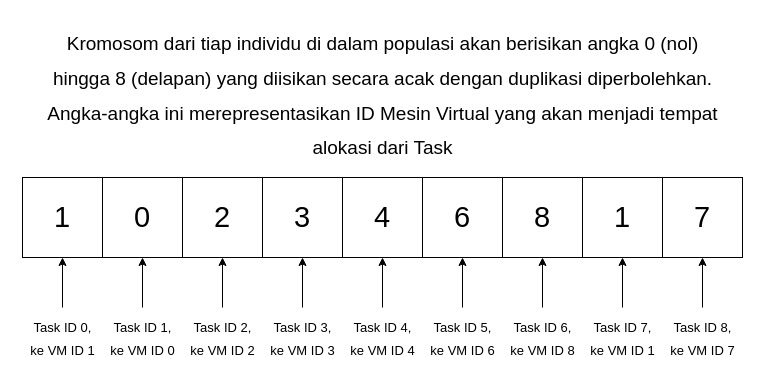
Above: Image/Gen.drawio in BryanYehuda/Cloud-Provisioning-GA-ANN (draw.io), before the change. Source tidied: cells renumbered, new cells numbered last; positions are measured from the earlier drawing's top-left corner, leaving out a move shared by most shapes. Both pictures are drawn from the tidied source at 100%, with x=0, y=0 at pixel (17, 17).
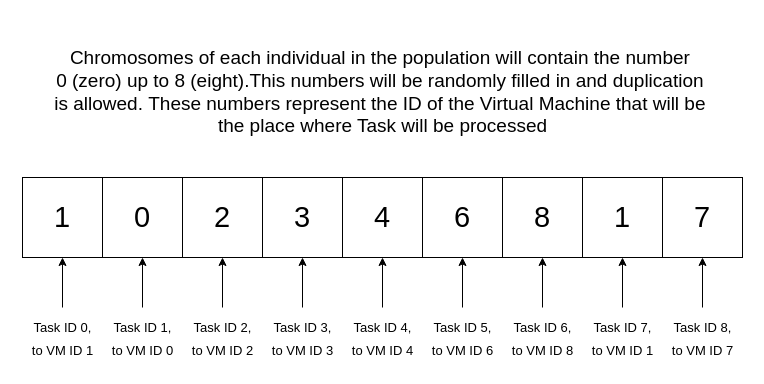
The same page after the edit.

Change to the diagram source:
```diff
@@
-    <mxCell id="11" value="&lt;font style=&quot;font-size: 19px;&quot;&gt;Kromosom dari tiap individu di dalam populasi akan berisikan angka 0 (nol) &lt;br&gt;hingga 8 (delapan) yang diisikan secara acak dengan duplikasi diperbolehkan.&lt;br&gt;Angka-angka ini merepresentasikan ID Mesin Virtual yang akan menjadi tempat&lt;br style=&quot;border-color: var(--border-color);&quot;&gt;alokasi dari Task&lt;br&gt;&lt;/font&gt;" style="text;html=1;align=center;verticalAlign=middle;strokeColor=none;fillColor=none;fontSize=29;" parent="1" vertex="1">
-      <mxGeometry x="20" width="690" height="150" as="geometry" />
+    <mxCell id="11" value="&lt;font style=&quot;font-size: 19px;&quot;&gt;&lt;div style=&quot;&quot;&gt;Chromosomes of each individual in the population will contain the number&amp;nbsp;&lt;/div&gt;&lt;div style=&quot;&quot;&gt;0 (zero) up to 8 (eight).&lt;span style=&quot;background-color: initial;&quot;&gt;This numbers will be randomly filled in and duplication&amp;nbsp;&lt;/span&gt;&lt;/div&gt;&lt;div style=&quot;&quot;&gt;&lt;span style=&quot;background-color: initial;&quot;&gt;is allowed.&amp;nbsp;&lt;/span&gt;&lt;span style=&quot;background-color: initial;&quot;&gt;These numbers represent the ID of the Virtual Machine that will be&amp;nbsp;&lt;/span&gt;&lt;/div&gt;&lt;div style=&quot;&quot;&gt;the place where Task will be processed&lt;/div&gt;&lt;/font&gt;" style="text;html=1;align=center;verticalAlign=middle;strokeColor=none;fillColor=none;fontSize=29;" parent="1" vertex="1">
+      <mxGeometry x="25" y="25" width="680" height="100" as="geometry" />
     </mxCell>
@@
-    <mxCell id="13" value="&lt;font style=&quot;font-size: 13px;&quot;&gt;Task ID 0,&lt;br&gt;ke VM ID 1&lt;/font&gt;" style="text;html=1;align=center;verticalAlign=middle;points=[];strokeColor=none;fillColor=none;fontSize=19;" parent="1" vertex="1">
-      <mxGeometry y="290" width="90" height="60" as="geometry" />
+    <mxCell id="13" value="&lt;font style=&quot;font-size: 13px;&quot;&gt;Task ID 0,&lt;br&gt;to VM ID 1&lt;/font&gt;" style="text;html=1;align=center;verticalAlign=middle;points=[];strokeColor=none;fillColor=none;fontSize=19;" parent="1" vertex="1">
+      <mxGeometry x="5" y="290" width="80" height="60" as="geometry" />
     </mxCell>
@@
-    <mxCell id="15" value="&lt;font style=&quot;font-size: 13px;&quot;&gt;Task ID 1,&lt;br&gt;ke VM ID 0&lt;/font&gt;" style="text;html=1;align=center;verticalAlign=middle;points=[];strokeColor=none;fillColor=none;fontSize=19;" parent="1" vertex="1">
-      <mxGeometry x="80" y="290" width="90" height="60" as="geometry" />
+    <mxCell id="15" value="&lt;font style=&quot;font-size: 13px;&quot;&gt;Task ID 1,&lt;br&gt;to&amp;nbsp;VM ID 0&lt;/font&gt;" style="text;html=1;align=center;verticalAlign=middle;points=[];strokeColor=none;fillColor=none;fontSize=19;" parent="1" vertex="1">
+      <mxGeometry x="85" y="290" width="80" height="60" as="geometry" />
     </mxCell>
@@
-    <mxCell id="17" value="&lt;font style=&quot;font-size: 13px;&quot;&gt;Task ID 2,&lt;br&gt;ke VM ID 2&lt;/font&gt;" style="text;html=1;align=center;verticalAlign=middle;points=[];strokeColor=none;fillColor=none;fontSize=19;" parent="1" vertex="1">
-      <mxGeometry x="160" y="290" width="90" height="60" as="geometry" />
+    <mxCell id="17" value="&lt;font style=&quot;font-size: 13px;&quot;&gt;Task ID 2,&lt;br&gt;to&amp;nbsp;VM ID 2&lt;/font&gt;" style="text;html=1;align=center;verticalAlign=middle;points=[];strokeColor=none;fillColor=none;fontSize=19;" parent="1" vertex="1">
+      <mxGeometry x="165" y="290" width="80" height="60" as="geometry" />
     </mxCell>
@@
-    <mxCell id="19" value="&lt;font style=&quot;font-size: 13px;&quot;&gt;Task ID 3,&lt;br&gt;ke VM ID 3&lt;/font&gt;" style="text;html=1;align=center;verticalAlign=middle;points=[];strokeColor=none;fillColor=none;fontSize=19;" parent="1" vertex="1">
-      <mxGeometry x="240" y="290" width="90" height="60" as="geometry" />
+    <mxCell id="19" value="&lt;font style=&quot;font-size: 13px;&quot;&gt;Task ID 3,&lt;br&gt;to&amp;nbsp;VM ID 3&lt;/font&gt;" style="text;html=1;align=center;verticalAlign=middle;points=[];strokeColor=none;fillColor=none;fontSize=19;" parent="1" vertex="1">
+      <mxGeometry x="245" y="290" width="80" height="60" as="geometry" />
     </mxCell>
@@
-    <mxCell id="21" value="&lt;font style=&quot;font-size: 13px;&quot;&gt;Task ID 4,&lt;br&gt;ke VM ID 4&lt;/font&gt;" style="text;html=1;align=center;verticalAlign=middle;points=[];strokeColor=none;fillColor=none;fontSize=19;" parent="1" vertex="1">
-      <mxGeometry x="320" y="290" width="90" height="60" as="geometry" />
+    <mxCell id="21" value="&lt;font style=&quot;font-size: 13px;&quot;&gt;Task ID 4,&lt;br&gt;to&amp;nbsp;VM ID 4&lt;/font&gt;" style="text;html=1;align=center;verticalAlign=middle;points=[];strokeColor=none;fillColor=none;fontSize=19;" parent="1" vertex="1">
+      <mxGeometry x="325" y="290" width="80" height="60" as="geometry" />
     </mxCell>
@@
-    <mxCell id="23" value="&lt;font style=&quot;font-size: 13px;&quot;&gt;Task ID 5,&lt;br&gt;ke VM ID 6&lt;/font&gt;" style="text;html=1;align=center;verticalAlign=middle;points=[];strokeColor=none;fillColor=none;fontSize=19;" parent="1" vertex="1">
-      <mxGeometry x="400" y="290" width="90" height="60" as="geometry" />
+    <mxCell id="23" value="&lt;font style=&quot;font-size: 13px;&quot;&gt;Task ID 5,&lt;br&gt;to&amp;nbsp;VM ID 6&lt;/font&gt;" style="text;html=1;align=center;verticalAlign=middle;points=[];strokeColor=none;fillColor=none;fontSize=19;" parent="1" vertex="1">
+      <mxGeometry x="405" y="290" width="80" height="60" as="geometry" />
     </mxCell>
@@
-    <mxCell id="25" value="&lt;font style=&quot;font-size: 13px;&quot;&gt;Task ID 6,&lt;br&gt;ke VM ID 8&lt;/font&gt;" style="text;html=1;align=center;verticalAlign=middle;points=[];strokeColor=none;fillColor=none;fontSize=19;" parent="1" vertex="1">
-      <mxGeometry x="480" y="290" width="90" height="60" as="geometry" />
+    <mxCell id="25" value="&lt;font style=&quot;font-size: 13px;&quot;&gt;Task ID 6,&lt;br&gt;to&amp;nbsp;VM ID 8&lt;/font&gt;" style="text;html=1;align=center;verticalAlign=middle;points=[];strokeColor=none;fillColor=none;fontSize=19;" parent="1" vertex="1">
+      <mxGeometry x="485" y="290" width="80" height="60" as="geometry" />
     </mxCell>
@@
-    <mxCell id="27" value="&lt;font style=&quot;font-size: 13px;&quot;&gt;Task ID 7,&lt;br&gt;ke VM ID 1&lt;/font&gt;" style="text;html=1;align=center;verticalAlign=middle;points=[];strokeColor=none;fillColor=none;fontSize=19;" parent="1" vertex="1">
-      <mxGeometry x="560" y="290" width="90" height="60" as="geometry" />
+    <mxCell id="27" value="&lt;font style=&quot;font-size: 13px;&quot;&gt;Task ID 7,&lt;br&gt;to&amp;nbsp;VM ID 1&lt;/font&gt;" style="text;html=1;align=center;verticalAlign=middle;points=[];strokeColor=none;fillColor=none;fontSize=19;" parent="1" vertex="1">
+      <mxGeometry x="565" y="290" width="80" height="60" as="geometry" />
     </mxCell>
@@
-    <mxCell id="29" value="&lt;font style=&quot;font-size: 13px;&quot;&gt;Task ID 8,&lt;br&gt;ke VM ID 7&lt;/font&gt;" style="text;html=1;align=center;verticalAlign=middle;points=[];strokeColor=none;fillColor=none;fontSize=19;" parent="1" vertex="1">
-      <mxGeometry x="640" y="290" width="90" height="60" as="geometry" />
+    <mxCell id="29" value="&lt;font style=&quot;font-size: 13px;&quot;&gt;Task ID 8,&lt;br&gt;to&amp;nbsp;VM ID 7&lt;/font&gt;" style="text;html=1;align=center;verticalAlign=middle;points=[];strokeColor=none;fillColor=none;fontSize=19;" parent="1" vertex="1">
+      <mxGeometry x="645" y="290" width="80" height="60" as="geometry" />
     </mxCell>
```
